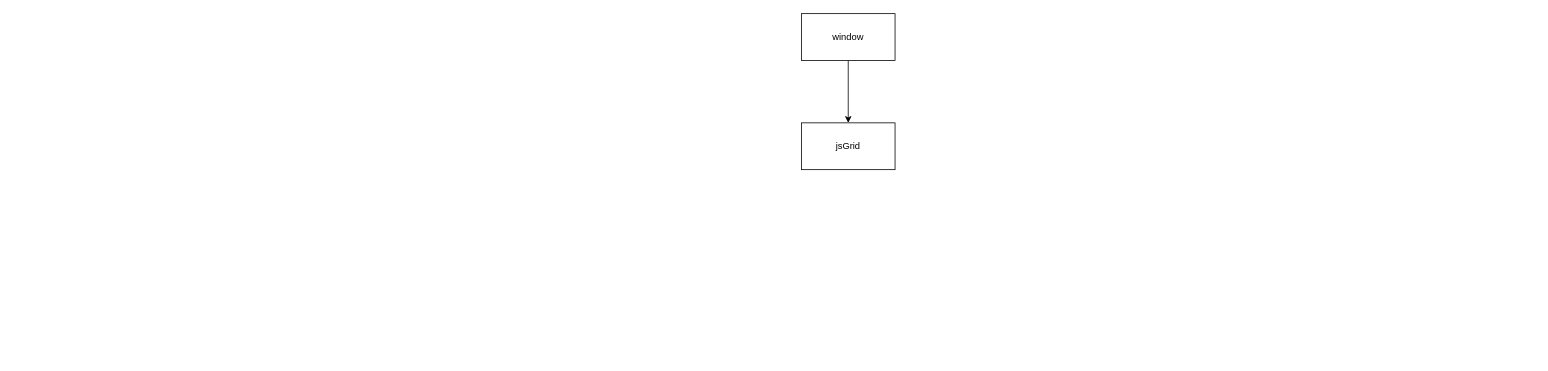
ghr12345/bianyiqi keeps this draw.io diagram as jsGrid架构.drawio. Above is the earlier version. Source tidied: cells renumbered, new cells numbered last; positions are measured from the earlier drawing's top-left corner, leaving out a move shared by most shapes. Both pictures are drawn from the tidied source at 78%, with x=0, y=0 at pixel (801, 13).
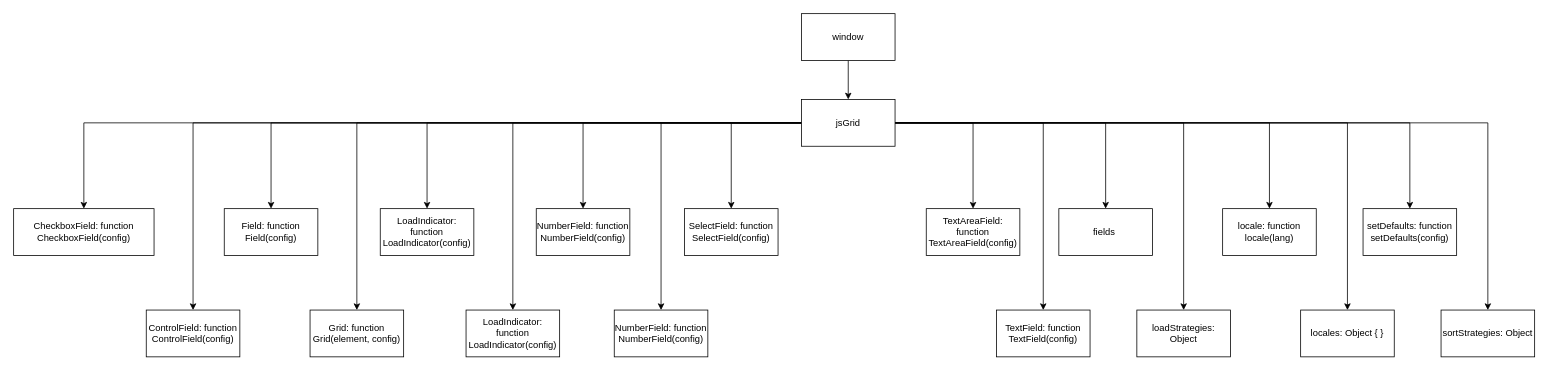
After the change.

What changed in the source:
```diff
@@
+    <mxCell id="5" style="edgeStyle=orthogonalEdgeStyle;rounded=0;jettySize=auto;html=1;" parent="1" edge="1" source="4" target="22">
+      <mxGeometry relative="1" as="geometry" />
+    </mxCell>
+    <mxCell id="6" style="edgeStyle=orthogonalEdgeStyle;rounded=0;jettySize=auto;html=1;" parent="1" edge="1" source="4" target="23">
+      <mxGeometry relative="1" as="geometry" />
+    </mxCell>
+    <mxCell id="7" style="edgeStyle=orthogonalEdgeStyle;rounded=0;jettySize=auto;html=1;" parent="1" edge="1" source="4" target="24">
+      <mxGeometry relative="1" as="geometry" />
+    </mxCell>
+    <mxCell id="8" style="edgeStyle=orthogonalEdgeStyle;rounded=0;jettySize=auto;html=1;" parent="1" edge="1" source="4" target="25">
+      <mxGeometry relative="1" as="geometry" />
+    </mxCell>
+    <mxCell id="9" style="edgeStyle=orthogonalEdgeStyle;rounded=0;jettySize=auto;html=1;" parent="1" edge="1" source="4" target="26">
+      <mxGeometry relative="1" as="geometry" />
+    </mxCell>
+    <mxCell id="10" style="edgeStyle=orthogonalEdgeStyle;rounded=0;jettySize=auto;html=1;" parent="1" edge="1" source="4" target="27">
+      <mxGeometry relative="1" as="geometry" />
+    </mxCell>
+    <mxCell id="11" style="edgeStyle=orthogonalEdgeStyle;rounded=0;jettySize=auto;html=1;" parent="1" edge="1" source="4" target="28">
+      <mxGeometry relative="1" as="geometry" />
+    </mxCell>
+    <mxCell id="12" style="edgeStyle=orthogonalEdgeStyle;rounded=0;jettySize=auto;html=1;" parent="1" edge="1" source="4" target="29">
+      <mxGeometry relative="1" as="geometry" />
+    </mxCell>
+    <mxCell id="13" style="edgeStyle=orthogonalEdgeStyle;rounded=0;jettySize=auto;html=1;" parent="1" edge="1" source="4" target="30">
+      <mxGeometry relative="1" as="geometry" />
+    </mxCell>
+    <mxCell id="14" style="edgeStyle=orthogonalEdgeStyle;rounded=0;jettySize=auto;html=1;" parent="1" edge="1" source="4" target="31">
+      <mxGeometry relative="1" as="geometry" />
+    </mxCell>
+    <mxCell id="15" style="edgeStyle=orthogonalEdgeStyle;rounded=0;jettySize=auto;html=1;" parent="1" edge="1" source="4" target="32">
+      <mxGeometry relative="1" as="geometry" />
+    </mxCell>
+    <mxCell id="16" style="edgeStyle=orthogonalEdgeStyle;rounded=0;jettySize=auto;html=1;" parent="1" edge="1" source="4" target="33">
+      <mxGeometry relative="1" as="geometry" />
+    </mxCell>
+    <mxCell id="17" style="edgeStyle=orthogonalEdgeStyle;rounded=0;jettySize=auto;html=1;" parent="1" edge="1" source="4" target="34">
+      <mxGeometry relative="1" as="geometry" />
+    </mxCell>
+    <mxCell id="18" style="edgeStyle=orthogonalEdgeStyle;rounded=0;jettySize=auto;html=1;" parent="1" edge="1" source="4" target="35">
+      <mxGeometry relative="1" as="geometry" />
+    </mxCell>
+    <mxCell id="19" style="edgeStyle=orthogonalEdgeStyle;rounded=0;jettySize=auto;html=1;" parent="1" edge="1" source="4" target="36">
+      <mxGeometry relative="1" as="geometry" />
+    </mxCell>
+    <mxCell id="20" style="edgeStyle=orthogonalEdgeStyle;rounded=0;jettySize=auto;html=1;" parent="1" edge="1" source="4" target="37">
+      <mxGeometry relative="1" as="geometry" />
+    </mxCell>
+    <mxCell id="21" style="edgeStyle=orthogonalEdgeStyle;rounded=0;jettySize=auto;html=1;" parent="1" edge="1" source="4" target="38">
+      <mxGeometry relative="1" as="geometry" />
+    </mxCell>
     <mxCell id="4" value="jsGrid" style="whiteSpace=wrap;html=1;rounded=0;" parent="1" vertex="1">
-      <mxGeometry y="140" width="120" height="60" as="geometry" />
+      <mxGeometry y="110" width="120" height="60" as="geometry" />
     </mxCell>
+    <mxCell id="22" value="&lt;span class=&quot;message-body-wrapper&quot;&gt;&lt;span class=&quot;message-flex-body&quot;&gt;&lt;span class=&quot;message-body devtools-monospace&quot;&gt;&lt;span class=&quot;object-label&quot;&gt;CheckboxField&lt;/span&gt;&lt;span class=&quot;object-delimiter&quot;&gt;: &lt;/span&gt;&lt;span class=&quot;objectBox objectBox-function&quot; dir=&quot;ltr&quot;&gt;&lt;span class=&quot;objectTitle&quot;&gt;function &lt;/span&gt;CheckboxField(&lt;span class=&quot;param&quot;&gt;config&lt;/span&gt;)&lt;/span&gt;&lt;/span&gt;&lt;/span&gt;&lt;/span&gt;" style="whiteSpace=wrap;html=1;rounded=0;" parent="1" vertex="1">
+      <mxGeometry x="-1010" y="250" width="180" height="60" as="geometry" />
+    </mxCell>
+    <mxCell id="23" value="&lt;span class=&quot;message-body-wrapper&quot;&gt;&lt;span class=&quot;message-flex-body&quot;&gt;&lt;span class=&quot;message-body devtools-monospace&quot;&gt;&lt;span class=&quot;object-label&quot;&gt;ControlField&lt;/span&gt;&lt;span class=&quot;object-delimiter&quot;&gt;: &lt;/span&gt;&lt;span class=&quot;objectBox objectBox-function&quot; dir=&quot;ltr&quot;&gt;&lt;span class=&quot;objectTitle&quot;&gt;function &lt;/span&gt;ControlField(&lt;span class=&quot;param&quot;&gt;config&lt;/span&gt;)&lt;/span&gt;&lt;/span&gt;&lt;/span&gt;&lt;/span&gt;" style="whiteSpace=wrap;html=1;rounded=0;" parent="1" vertex="1">
+      <mxGeometry x="-840" y="380" width="120" height="60" as="geometry" />
+    </mxCell>
+    <mxCell id="24" value="&lt;span class=&quot;message-body-wrapper&quot;&gt;&lt;span class=&quot;message-flex-body&quot;&gt;&lt;span class=&quot;message-body devtools-monospace&quot;&gt;&lt;span class=&quot;object-label&quot;&gt;Field&lt;/span&gt;&lt;span class=&quot;object-delimiter&quot;&gt;: &lt;/span&gt;&lt;span class=&quot;objectBox objectBox-function&quot; dir=&quot;ltr&quot;&gt;&lt;span class=&quot;objectTitle&quot;&gt;function &lt;/span&gt;Field(&lt;span class=&quot;param&quot;&gt;config&lt;/span&gt;)&lt;/span&gt;&lt;/span&gt;&lt;/span&gt;&lt;/span&gt;" style="whiteSpace=wrap;html=1;rounded=0;" parent="1" vertex="1">
+      <mxGeometry x="-740" y="250" width="120" height="60" as="geometry" />
+    </mxCell>
+    <mxCell id="25" value="&lt;span class=&quot;message-body-wrapper&quot;&gt;&lt;span class=&quot;message-flex-body&quot;&gt;&lt;span class=&quot;message-body devtools-monospace&quot;&gt;&lt;span class=&quot;object-label&quot;&gt;Grid&lt;/span&gt;&lt;span class=&quot;object-delimiter&quot;&gt;: &lt;/span&gt;&lt;span class=&quot;objectBox objectBox-function&quot; dir=&quot;ltr&quot;&gt;&lt;span class=&quot;objectTitle&quot;&gt;function &lt;/span&gt;Grid(&lt;span class=&quot;param&quot;&gt;element&lt;/span&gt;&lt;span class=&quot;delimiter&quot;&gt;, &lt;/span&gt;&lt;span class=&quot;param&quot;&gt;config&lt;/span&gt;)&lt;/span&gt;&lt;/span&gt;&lt;/span&gt;&lt;/span&gt;" style="whiteSpace=wrap;html=1;rounded=0;" parent="1" vertex="1">
+      <mxGeometry x="-630" y="380" width="120" height="60" as="geometry" />
+    </mxCell>
+    <mxCell id="26" value="&lt;span class=&quot;message-body-wrapper&quot;&gt;&lt;span class=&quot;message-flex-body&quot;&gt;&lt;span class=&quot;message-body devtools-monospace&quot;&gt;&lt;span class=&quot;object-label&quot;&gt;LoadIndicator&lt;/span&gt;&lt;span class=&quot;object-delimiter&quot;&gt;: &lt;/span&gt;&lt;span class=&quot;objectBox objectBox-function&quot; dir=&quot;ltr&quot;&gt;&lt;span class=&quot;objectTitle&quot;&gt;function &lt;/span&gt;LoadIndicator(&lt;span class=&quot;param&quot;&gt;config&lt;/span&gt;)&lt;/span&gt;&lt;/span&gt;&lt;/span&gt;&lt;/span&gt;" style="whiteSpace=wrap;html=1;rounded=0;" parent="1" vertex="1">
+      <mxGeometry x="-540" y="250" width="120" height="60" as="geometry" />
+    </mxCell>
+    <mxCell id="27" value="&lt;span class=&quot;message-body-wrapper&quot;&gt;&lt;span class=&quot;message-flex-body&quot;&gt;&lt;span class=&quot;message-body devtools-monospace&quot;&gt;&lt;span class=&quot;object-label&quot;&gt;LoadIndicator&lt;/span&gt;&lt;span class=&quot;object-delimiter&quot;&gt;: &lt;/span&gt;&lt;span class=&quot;objectBox objectBox-function&quot; dir=&quot;ltr&quot;&gt;&lt;span class=&quot;objectTitle&quot;&gt;function &lt;/span&gt;LoadIndicator(&lt;span class=&quot;param&quot;&gt;config&lt;/span&gt;)&lt;/span&gt;&lt;/span&gt;&lt;/span&gt;&lt;/span&gt;" style="whiteSpace=wrap;html=1;rounded=0;" parent="1" vertex="1">
+      <mxGeometry x="-430" y="380" width="120" height="60" as="geometry" />
+    </mxCell>
+    <mxCell id="28" value="&lt;span class=&quot;message-body-wrapper&quot;&gt;&lt;span class=&quot;message-flex-body&quot;&gt;&lt;span class=&quot;message-body devtools-monospace&quot;&gt;&lt;span class=&quot;object-label&quot;&gt;NumberField&lt;/span&gt;&lt;span class=&quot;object-delimiter&quot;&gt;: &lt;/span&gt;&lt;span class=&quot;objectBox objectBox-function&quot; dir=&quot;ltr&quot;&gt;&lt;span class=&quot;objectTitle&quot;&gt;function &lt;/span&gt;NumberField(&lt;span class=&quot;param&quot;&gt;config&lt;/span&gt;)&lt;/span&gt;&lt;/span&gt;&lt;/span&gt;&lt;/span&gt;" style="whiteSpace=wrap;html=1;rounded=0;" parent="1" vertex="1">
+      <mxGeometry x="-340" y="250" width="120" height="60" as="geometry" />
+    </mxCell>
+    <mxCell id="29" value="&lt;span class=&quot;message-body-wrapper&quot;&gt;&lt;span class=&quot;message-flex-body&quot;&gt;&lt;span class=&quot;message-body devtools-monospace&quot;&gt;&lt;span class=&quot;object-label&quot;&gt;NumberField&lt;/span&gt;&lt;span class=&quot;object-delimiter&quot;&gt;: &lt;/span&gt;&lt;span class=&quot;objectBox objectBox-function&quot; dir=&quot;ltr&quot;&gt;&lt;span class=&quot;objectTitle&quot;&gt;function &lt;/span&gt;NumberField(&lt;span class=&quot;param&quot;&gt;config&lt;/span&gt;)&lt;/span&gt;&lt;/span&gt;&lt;/span&gt;&lt;/span&gt;" style="whiteSpace=wrap;html=1;rounded=0;" parent="1" vertex="1">
+      <mxGeometry x="-240" y="380" width="120" height="60" as="geometry" />
+    </mxCell>
+    <mxCell id="30" value="&lt;span class=&quot;message-body-wrapper&quot;&gt;&lt;span class=&quot;message-flex-body&quot;&gt;&lt;span class=&quot;message-body devtools-monospace&quot;&gt;&lt;span class=&quot;object-label&quot;&gt;SelectField&lt;/span&gt;&lt;span class=&quot;object-delimiter&quot;&gt;: &lt;/span&gt;&lt;span class=&quot;objectBox objectBox-function&quot; dir=&quot;ltr&quot;&gt;&lt;span class=&quot;objectTitle&quot;&gt;function &lt;/span&gt;SelectField(&lt;span class=&quot;param&quot;&gt;config&lt;/span&gt;)&lt;/span&gt;&lt;/span&gt;&lt;/span&gt;&lt;/span&gt;" style="whiteSpace=wrap;html=1;rounded=0;" parent="1" vertex="1">
+      <mxGeometry x="-150" y="250" width="120" height="60" as="geometry" />
+    </mxCell>
+    <mxCell id="31" value="&lt;span class=&quot;message-body-wrapper&quot;&gt;&lt;span class=&quot;message-flex-body&quot;&gt;&lt;span class=&quot;message-body devtools-monospace&quot;&gt;&lt;span class=&quot;object-label&quot;&gt;TextAreaField&lt;/span&gt;&lt;span class=&quot;object-delimiter&quot;&gt;: &lt;/span&gt;&lt;span class=&quot;objectBox objectBox-function&quot; dir=&quot;ltr&quot;&gt;&lt;span class=&quot;objectTitle&quot;&gt;function &lt;/span&gt;TextAreaField(&lt;span class=&quot;param&quot;&gt;config&lt;/span&gt;)&lt;/span&gt;&lt;/span&gt;&lt;/span&gt;&lt;/span&gt;" style="whiteSpace=wrap;html=1;rounded=0;" parent="1" vertex="1">
+      <mxGeometry x="160" y="250" width="120" height="60" as="geometry" />
+    </mxCell>
+    <mxCell id="32" value="&lt;span class=&quot;message-body-wrapper&quot;&gt;&lt;span class=&quot;message-flex-body&quot;&gt;&lt;span class=&quot;message-body devtools-monospace&quot;&gt;&lt;span class=&quot;object-label&quot;&gt;TextField&lt;/span&gt;&lt;span class=&quot;object-delimiter&quot;&gt;: &lt;/span&gt;&lt;span class=&quot;objectBox objectBox-function&quot; dir=&quot;ltr&quot;&gt;&lt;span class=&quot;objectTitle&quot;&gt;function &lt;/span&gt;TextField(&lt;span class=&quot;param&quot;&gt;config&lt;/span&gt;)&lt;/span&gt;&lt;/span&gt;&lt;/span&gt;&lt;/span&gt;" style="whiteSpace=wrap;html=1;rounded=0;" parent="1" vertex="1">
+      <mxGeometry x="250" y="380" width="120" height="60" as="geometry" />
+    </mxCell>
+    <mxCell id="33" value="&lt;span class=&quot;message-body-wrapper&quot;&gt;&lt;span class=&quot;message-flex-body&quot;&gt;&lt;span class=&quot;message-body devtools-monospace&quot;&gt;&lt;span class=&quot;object-label&quot;&gt;fields&lt;/span&gt;&lt;span class=&quot;object-delimiter&quot;&gt;&amp;nbsp;&lt;/span&gt;&lt;span class=&quot;objectBox objectBox-object&quot;&gt;&lt;span class=&quot;objectTitle&quot;&gt;&lt;/span&gt;&lt;/span&gt;&lt;/span&gt;&lt;/span&gt;&lt;/span&gt;" style="whiteSpace=wrap;html=1;rounded=0;" parent="1" vertex="1">
+      <mxGeometry x="330" y="250" width="120" height="60" as="geometry" />
+    </mxCell>
+    <mxCell id="34" value="&lt;span class=&quot;message-body-wrapper&quot;&gt;&lt;span class=&quot;message-flex-body&quot;&gt;&lt;span class=&quot;message-body devtools-monospace&quot;&gt;&lt;span class=&quot;object-label&quot;&gt;loadStrategies&lt;/span&gt;&lt;span class=&quot;object-delimiter&quot;&gt;: &lt;/span&gt;&lt;span class=&quot;objectBox objectBox-object&quot;&gt;&lt;span class=&quot;objectTitle&quot;&gt;Object&lt;/span&gt;&lt;/span&gt;&lt;/span&gt;&lt;/span&gt;&lt;/span&gt;" style="whiteSpace=wrap;html=1;rounded=0;" parent="1" vertex="1">
+      <mxGeometry x="430" y="380" width="120" height="60" as="geometry" />
+    </mxCell>
+    <mxCell id="35" value="&lt;span class=&quot;message-body-wrapper&quot;&gt;&lt;span class=&quot;message-flex-body&quot;&gt;&lt;span class=&quot;message-body devtools-monospace&quot;&gt;&lt;span class=&quot;object-label&quot;&gt;locale&lt;/span&gt;&lt;span class=&quot;object-delimiter&quot;&gt;: &lt;/span&gt;&lt;span class=&quot;objectBox objectBox-function&quot; dir=&quot;ltr&quot;&gt;&lt;span class=&quot;objectTitle&quot;&gt;function &lt;/span&gt;locale(&lt;span class=&quot;param&quot;&gt;lang&lt;/span&gt;)&lt;/span&gt;&lt;/span&gt;&lt;/span&gt;&lt;/span&gt;" style="whiteSpace=wrap;html=1;rounded=0;" parent="1" vertex="1">
+      <mxGeometry x="540" y="250" width="120" height="60" as="geometry" />
+    </mxCell>
+    <mxCell id="36" value="&lt;span class=&quot;message-body-wrapper&quot;&gt;&lt;span class=&quot;message-flex-body&quot;&gt;&lt;span class=&quot;message-body devtools-monospace&quot;&gt;&lt;span class=&quot;object-label&quot;&gt;locales&lt;/span&gt;&lt;span class=&quot;object-delimiter&quot;&gt;: &lt;/span&gt;&lt;span class=&quot;objectBox objectBox-object&quot;&gt;&lt;span class=&quot;objectTitle&quot;&gt;Object&lt;/span&gt;&lt;span class=&quot;objectLeftBrace&quot;&gt; { &lt;/span&gt;&lt;span class=&quot;objectRightBrace&quot;&gt; }&lt;/span&gt;&lt;/span&gt;&lt;/span&gt;&lt;/span&gt;&lt;/span&gt;" style="whiteSpace=wrap;html=1;rounded=0;" parent="1" vertex="1">
+      <mxGeometry x="640" y="380" width="120" height="60" as="geometry" />
+    </mxCell>
+    <mxCell id="37" value="&lt;span class=&quot;message-body-wrapper&quot;&gt;&lt;span class=&quot;message-flex-body&quot;&gt;&lt;span class=&quot;message-body devtools-monospace&quot;&gt;&lt;span class=&quot;object-label&quot;&gt;setDefaults&lt;/span&gt;&lt;span class=&quot;object-delimiter&quot;&gt;: &lt;/span&gt;&lt;span class=&quot;objectBox objectBox-function&quot; dir=&quot;ltr&quot;&gt;&lt;span class=&quot;objectTitle&quot;&gt;function &lt;/span&gt;setDefaults(&lt;span class=&quot;param&quot;&gt;config&lt;/span&gt;)&lt;/span&gt;&lt;/span&gt;&lt;/span&gt;&lt;/span&gt;" style="whiteSpace=wrap;html=1;rounded=0;" parent="1" vertex="1">
+      <mxGeometry x="720" y="250" width="120" height="60" as="geometry" />
+    </mxCell>
+    <mxCell id="38" value="&lt;span class=&quot;message-body-wrapper&quot;&gt;&lt;span class=&quot;message-flex-body&quot;&gt;&lt;span class=&quot;message-body devtools-monospace&quot;&gt;&lt;span class=&quot;object-label&quot;&gt;sortStrategies&lt;/span&gt;&lt;span class=&quot;object-delimiter&quot;&gt;: &lt;/span&gt;&lt;span class=&quot;objectBox objectBox-object&quot;&gt;&lt;span class=&quot;objectTitle&quot;&gt;Object&lt;/span&gt;&lt;span class=&quot;objectLeftBrace&quot;&gt;&lt;/span&gt;&lt;/span&gt;&lt;/span&gt;&lt;/span&gt;&lt;/span&gt;" style="whiteSpace=wrap;html=1;rounded=0;" parent="1" vertex="1">
+      <mxGeometry x="820" y="380" width="120" height="60" as="geometry" />
+    </mxCell>
```
